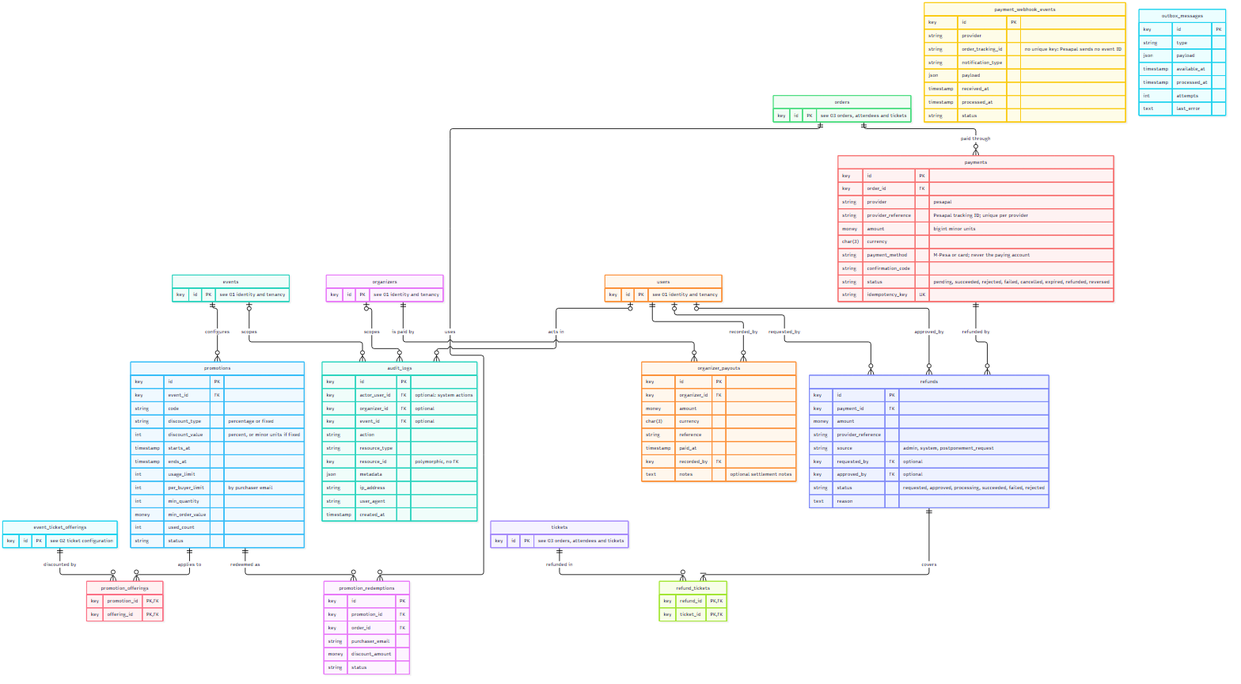
Earlier version of the Mermaid export doc/diagrams/erd/04-payments-promotions-and-operations.png (kreativesahara/ticket). Its source is kept beside it as doc/diagrams/erd/04-payments-promotions-and-operations.mmd.
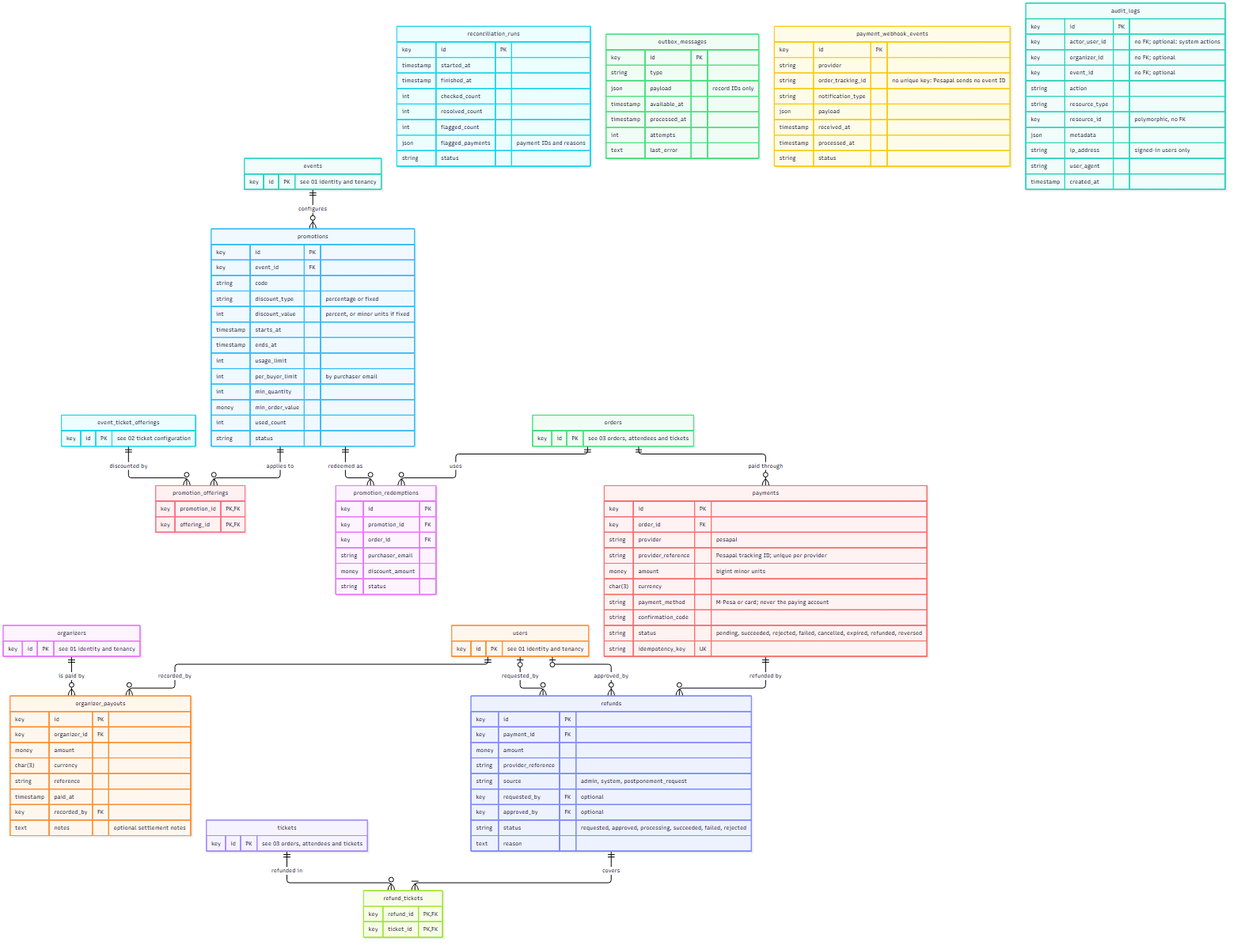
The same file after the commit.

What changed in the source:
```diff
@@ -83,14 +83,14 @@
     }
     audit_logs {
         key id PK
-        key actor_user_id FK "optional: system actions"
-        key organizer_id FK "optional"
-        key event_id FK "optional"
+        key actor_user_id "no FK; optional: system actions"
+        key organizer_id "no FK; optional"
+        key event_id "no FK; optional"
         string action
         string resource_type
         key resource_id "polymorphic, no FK"
         json metadata
-        string ip_address
+        string ip_address "signed-in users only"
         string user_agent
         timestamp created_at
     }
@@ -104,10 +104,20 @@
         key recorded_by FK
         text notes "optional settlement notes"
     }
+    reconciliation_runs {
+        key id PK
+        timestamp started_at
+        timestamp finished_at
+        int checked_count
+        int resolved_count
+        int flagged_count
+        json flagged_payments "payment IDs and reasons"
+        string status
+    }
     outbox_messages {
         key id PK
         string type
-        json payload
+        json payload "record IDs only"
         timestamp available_at
         timestamp processed_at
         int attempts
@@ -125,8 +135,5 @@
     event_ticket_offerings ||--o{ promotion_offerings : "discounted by"
     promotions ||--o{ promotion_redemptions : "redeemed as"
     orders ||--o{ promotion_redemptions : "uses"
-    users |o--o{ audit_logs : "acts in"
-    organizers |o--o{ audit_logs : "scopes"
-    events |o--o{ audit_logs : "scopes"
     organizers ||--o{ organizer_payouts : "is paid by"
     users ||--o{ organizer_payouts : "recorded_by"
```
